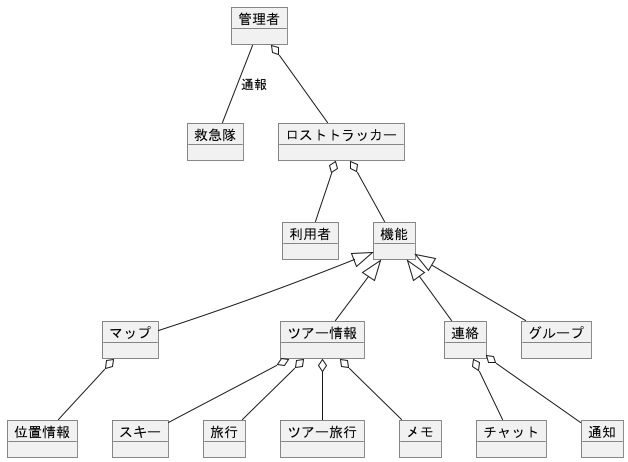
ksw2270227/GroupF keeps this PlantUML diagram as out/F_dmainModel/ドメインモデル.png. Above is the earlier version.
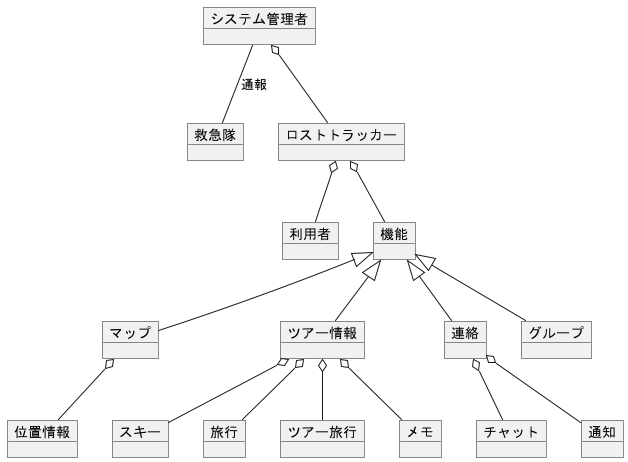
Later version of the same file.

The edit, as a diff of the source:
```diff
@@ -4,7 +4,7 @@
 object 救急隊
 object ロストトラッカー
 object 位置情報
-object 管理者
+object システム管理者
 object 利用者
 object マップ
 object スキー
@@ -19,8 +19,8 @@
 object 通知
 
 
-管理者 -- 救急隊 : 通報
-管理者 o-- ロストトラッカー
+システム管理者 -- 救急隊 : 通報
+システム管理者 o-- ロストトラッカー
 ロストトラッカー o-- 利用者
 
 ロストトラッカー o-- 機能
```
